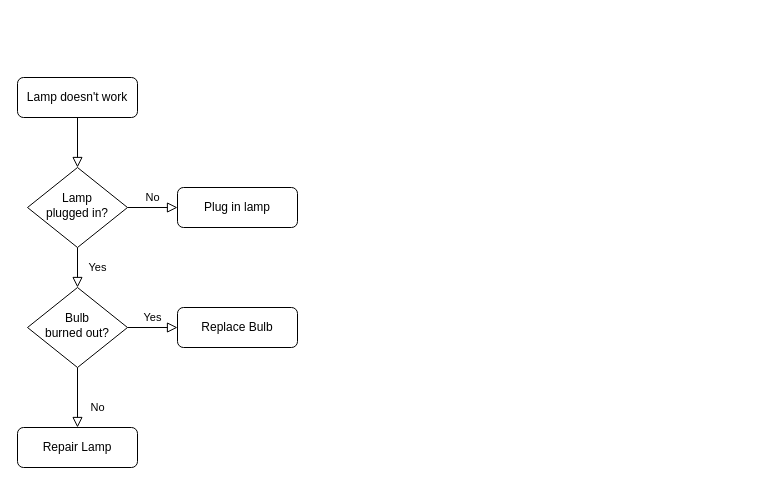
log-Aquinas/draw keeps this draw.io diagram as elevotar.drawio. Above is the earlier version. Source tidied: cells renumbered, new cells numbered last; positions are measured from the earlier drawing's top-left corner, leaving out a move shared by most shapes. Both pictures are drawn from the tidied source at 100%, with x=0, y=0 at pixel (17, 77).
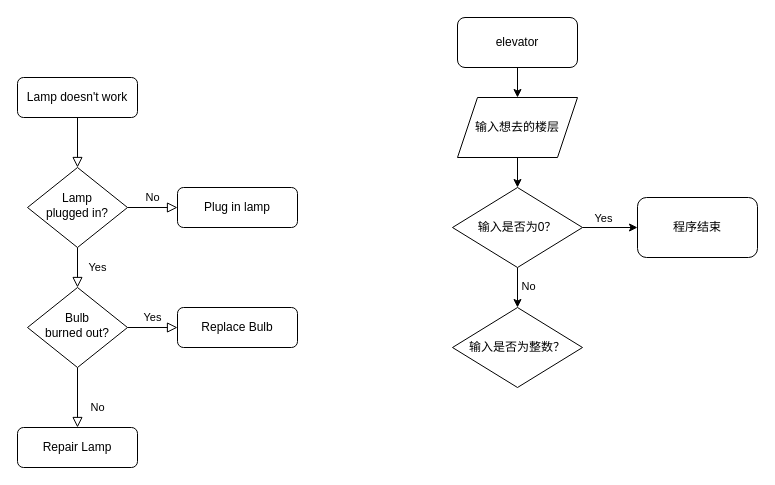
Above is the later version.

Change to the diagram source:
```diff
@@
+    <mxCell id="13" style="edgeStyle=orthogonalEdgeStyle;rounded=0;jettySize=auto;html=1;" parent="1" edge="1" source="14" target="16">
+      <mxGeometry relative="1" as="geometry" />
+    </mxCell>
+    <mxCell id="14" value="elevator" style="rounded=1;whiteSpace=wrap;html=1;" parent="1" vertex="1">
+      <mxGeometry x="440" y="-60" width="120" height="50" as="geometry" />
+    </mxCell>
+    <mxCell id="15" style="edgeStyle=orthogonalEdgeStyle;rounded=0;jettySize=auto;html=1;" parent="1" edge="1" source="16" target="21">
+      <mxGeometry relative="1" as="geometry" />
+    </mxCell>
+    <mxCell id="16" value="输入想去的楼层" style="shape=parallelogram;perimeter=parallelogramPerimeter;whiteSpace=wrap;html=1;fixedSize=1;" parent="1" vertex="1">
+      <mxGeometry x="440" y="20" width="120" height="60" as="geometry" />
+    </mxCell>
+    <mxCell id="17" style="edgeStyle=orthogonalEdgeStyle;rounded=0;jettySize=auto;html=1;" parent="1" edge="1" source="21" target="22">
+      <mxGeometry relative="1" as="geometry" />
+    </mxCell>
+    <mxCell id="18" value="Yes" style="edgeLabel;html=1;align=center;verticalAlign=middle;" parent="17" vertex="1">
+      <mxGeometry x="-0.29" y="-1" relative="1" as="geometry">
+        <mxPoint y="-11" as="offset" />
+      </mxGeometry>
+    </mxCell>
+    <mxCell id="19" style="edgeStyle=orthogonalEdgeStyle;rounded=0;jettySize=auto;html=1;" parent="1" edge="1" source="21" target="23">
+      <mxGeometry relative="1" as="geometry" />
+    </mxCell>
+    <mxCell id="20" value="No" style="edgeLabel;html=1;align=center;verticalAlign=middle;" parent="19" vertex="1">
+      <mxGeometry x="-0.08" y="-3" relative="1" as="geometry">
+        <mxPoint x="13" as="offset" />
+      </mxGeometry>
+    </mxCell>
+    <mxCell id="21" value="输入是否为0？" style="rhombus;whiteSpace=wrap;html=1;" parent="1" vertex="1">
+      <mxGeometry x="435" y="110" width="130" height="80" as="geometry" />
+    </mxCell>
+    <mxCell id="22" value="程序结束" style="rounded=1;whiteSpace=wrap;html=1;" parent="1" vertex="1">
+      <mxGeometry x="620" y="120" width="120" height="60" as="geometry" />
+    </mxCell>
+    <mxCell id="23" value="输入是否为整数？" style="rhombus;whiteSpace=wrap;html=1;" parent="1" vertex="1">
+      <mxGeometry x="435" y="230" width="130" height="80" as="geometry" />
+    </mxCell>
```
